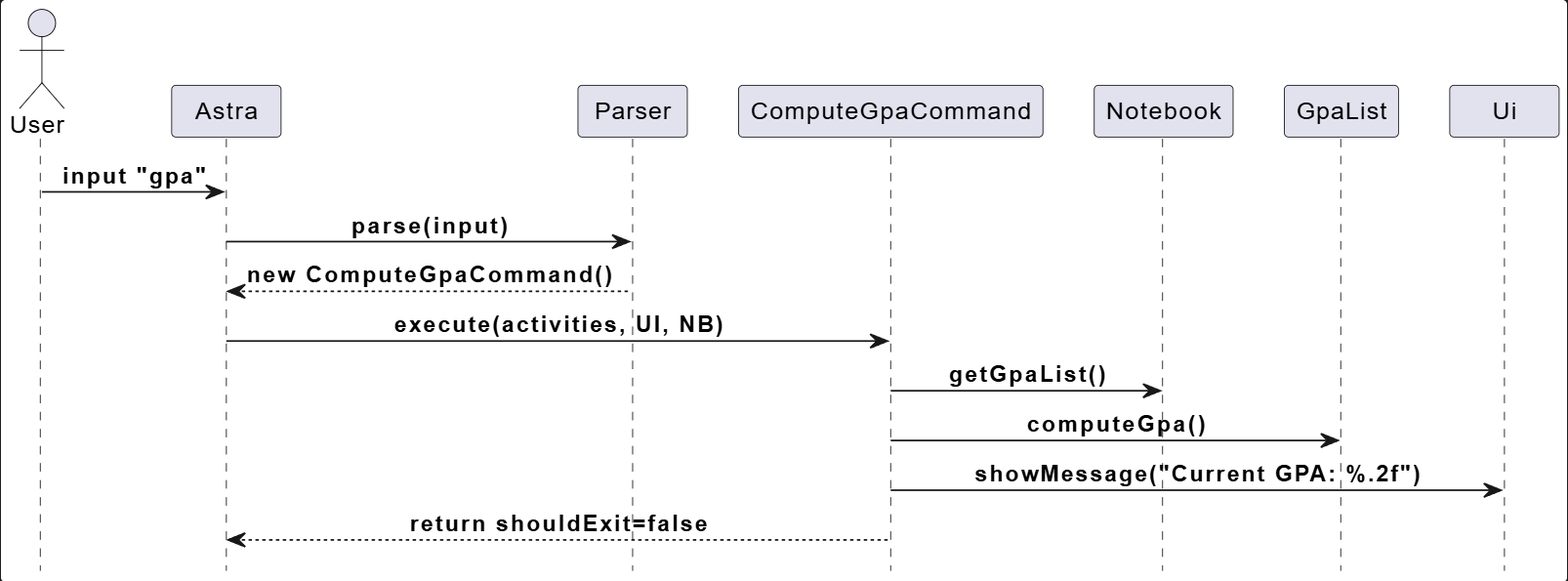
This is docs/images/ComputeGPA.png from Kennahh/tp, a PlantUML export, as it was before one commit. Its source is kept beside it as docs/diagrams/ComputeGPA.puml.
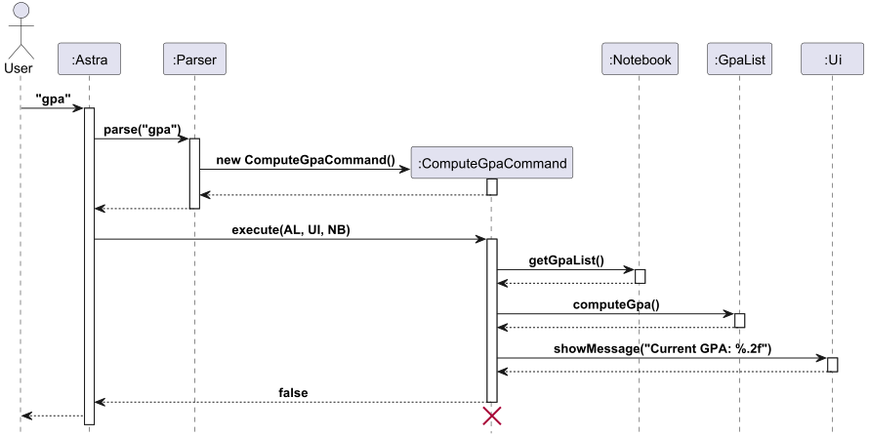
The same diagram one commit later.

Commit message:
Update ComputeGPA sequence diagram

The edit, as a diff of the source:
```diff
@@ -1,19 +1,36 @@
 @startuml
 !include style.puml
 actor User
-participant Astra
-participant Parser
-participant C as "ComputeGpaCommand"
-participant NB as "Notebook"
-participant GL as "GpaList"
-participant UI as "Ui"
+participant Astra as ":Astra"
+participant Parser as ":Parser"
+participant C as ":ComputeGpaCommand"
+participant NB as ":Notebook"
+participant GL as ":GpaList"
+participant UI as ":Ui"
 
-User -> Astra: input "gpa"
-Astra -> Parser: parse(input)
-Parser --> Astra: new ComputeGpaCommand()
-Astra -> C: execute(activities, UI, NB)
+User -> Astra: "gpa"
+activate Astra
+Astra -> Parser: parse("gpa")
+activate Parser
+create C
+Parser -> C : new ComputeGpaCommand()
+activate C
+return
+Parser --> Astra
+deactivate Parser
+Astra -> C: execute(AL, UI, NB)
+activate C
 C -> NB: getGpaList()
+activate NB
+return
 C -> GL: computeGpa()
+activate GL
+return
 C -> UI: showMessage("Current GPA: %.2f")
-C --> Astra: return shouldExit=false
+activate UI
+return
+C --> Astra: false
+deactivate C
+Astra-->User
+destroy C
 @enduml
```
